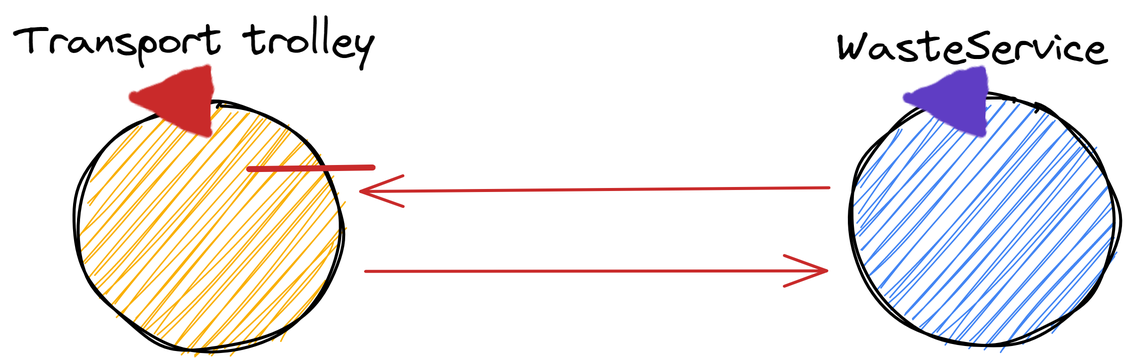
The Excalidraw diagram images/Transport_trolley.png in GrikFreak/issTemaFinale22, before a commit. Source tidied: one line per element, renumbered; positions are measured from the earlier drawing's top-left corner, leaving out a move shared by most shapes.
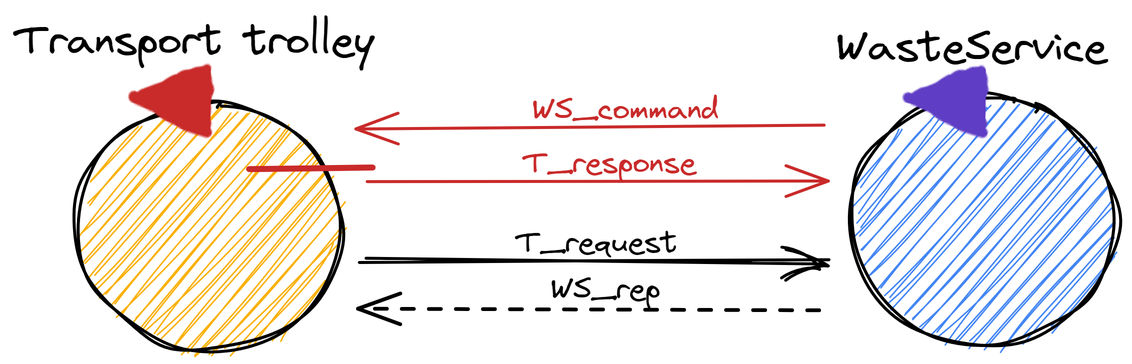
Above is the later version.

Change to the diagram source:
```diff
@@ -1,8 +1,8 @@
 {"id": 0, "type": "ellipse", "strokeColor": "#000000", "backgroundColor": "#fab005", "fillStyle": "hachure", "strokeWidth": 2, "roughness": 2, "x": 40, "y": 59, "width": 178, "height": 164}
 {"id": 1, "type": "ellipse", "strokeColor": "#000000", "backgroundColor": "#4285f4", "fillStyle": "hachure", "strokeWidth": 2, "roughness": 2, "x": 556, "y": 54, "width": 178, "height": 164}
 {"id": 2, "type": "text", "text": "WasteService", "strokeColor": "#000000", "strokeWidth": 4, "roughness": 1, "fontSize": 28, "fontFamily": 1, "x": 547, "y": 4, "width": 181, "height": 35}
-{"id": 3, "type": "arrow", "strokeColor": "#c92a2a", "angle": 3.13, "strokeWidth": 2, "roughness": 0, "endArrowhead": "arrow", "from": 1, "to": 0, "x": 230, "y": 116, "width": 312, "height": 0, "points": [[0, 0], [312, 0]]}
+{"id": 3, "type": "arrow", "strokeColor": "#c92a2a", "angle": 3.13, "strokeWidth": 2, "roughness": 0, "endArrowhead": "arrow", "to": 0, "x": 227, "y": 75, "width": 312, "height": 0, "points": [[0, 0], [312, 0]]}
-{"id": 4, "type": "arrow", "strokeColor": "#c92a2a", "angle": 3.15, "strokeWidth": 2, "roughness": 0, "endArrowhead": "arrow", "from": 0, "to": 1, "x": 541, "y": 169, "width": 307, "height": 3, "points": [[0, 0], [-307, 3]]}
+{"id": 4, "type": "arrow", "strokeColor": "#c92a2a", "angle": 3.15, "strokeWidth": 2, "roughness": 0, "endArrowhead": "arrow", "from": 0, "to": 1, "x": 542, "y": 109, "width": 307, "height": 3, "points": [[0, 0], [-307, 3]]}
 {"id": 5, "type": "freedraw", "strokeColor": "#c92a2a", "angle": 0.3, "strokeWidth": 1, "roughness": 0, "x": 147, "y": 29, "width": 42, "height": 33, "points": [[-23, 0], [-24, 1], [-24, 1], [-25, 2], [-26, 3], [-27, 4], [-30, 6], [-31, 6], [-33, 7], [-35, 8], [-36, 10], [-39, 13], [-40, 13], [-41, 14], [-43, 16], [-45, 17], [-46, 18], [-46, 19], [-46, 20], [-47, 20], [-48, 20], [-48, 21], [-48, 21], [-48, 21], [-49, 21], [-50, 22], [-51, 23], [-51, 23], [-51, 23], [-52, 23], [-52, 24], [-53, 25], [-54, 26], [-55, 27], [-56, 28], [-58, 29], [-58, 30], [-60, 30], [-60, 30], [-61, 31], [-62, 31], [-63, 32], [-64, 32], [-65, 32], [-65, 33], [-64, 33], [-64, 33]]}
 {"id": 6, "type": "freedraw", "strokeColor": "#c92a2a", "angle": 0.3, "strokeWidth": 1, "roughness": 0, "x": 77, "y": 64, "width": 54, "height": 7, "points": [[0, 0], [1, 0], [4, 1], [6, 1], [8, 1], [11, 1], [13, 1], [15, 1], [16, 2], [18, 2], [20, 3], [21, 4], [23, 4], [24, 4], [26, 4], [29, 5], [33, 6], [36, 6], [39, 7], [40, 7], [43, 7], [45, 7], [47, 7], [49, 7], [50, 7], [52, 7], [53, 7], [54, 7]]}
 {"id": 7, "type": "line", "strokeColor": "#c92a2a", "angle": 0.36, "strokeWidth": 4, "roughness": 0, "x": 121, "y": 38, "width": 14, "height": 39, "points": [[0, 0], [14, 39], [0, 0]]}
@@ -25,8 +25,8 @@
 {"id": 24, "type": "freedraw", "strokeColor": "#c92a2a", "angle": 0.3, "strokeWidth": 2, "roughness": 0, "x": 113, "y": 67, "width": 0, "height": 0, "points": [[0, 0], [0, 0]]}
 {"id": 25, "type": "freedraw", "strokeColor": "#c92a2a", "angle": 0.3, "strokeWidth": 2, "roughness": 0, "x": 114, "y": 72, "width": 0, "height": 0, "points": [[0, 0], [0, 0]]}
 {"id": 26, "type": "freedraw", "strokeColor": "#c92a2a", "angle": 0.3, "strokeWidth": 2, "roughness": 0, "x": 111, "y": 68, "width": 0, "height": 0, "points": [[0, 0], [0, 0]]}
-{"id": 27, "type": "freedraw", "strokeColor": "#c92a2a", "angle": 0.3, "strokeWidth": 2, "roughness": 0, "x": 101, "y": 54, "width": 0, "height": 0, "points": [[0, 0], [0, 0]]}
+{"id": 27, "type": "freedraw", "strokeColor": "#c92a2a", "angle": 0.3, "strokeWidth": 2, "roughness": 0, "x": 101, "y": 55, "width": 0, "height": 0, "points": [[0, 0], [0, 0]]}
-{"id": 28, "type": "freedraw", "strokeColor": "#c92a2a", "angle": 0.3, "strokeWidth": 2, "roughness": 0, "x": 101, "y": 54, "width": 0, "height": 0, "points": [[0, 0], [0, 0]]}
+{"id": 28, "type": "freedraw", "strokeColor": "#c92a2a", "angle": 0.3, "strokeWidth": 2, "roughness": 0, "x": 101, "y": 55, "width": 0, "height": 0, "points": [[0, 0], [0, 0]]}
 {"id": 29, "type": "freedraw", "strokeColor": "#c92a2a", "angle": 0.3, "strokeWidth": 2, "roughness": 0, "x": 102, "y": 52, "width": 0, "height": 0, "points": [[0, 0], [0, 0]]}
 {"id": 30, "type": "freedraw", "strokeColor": "#c92a2a", "angle": 0.3, "strokeWidth": 2, "roughness": 0, "x": 102, "y": 52, "width": 0, "height": 0, "points": [[0, 0], [0, 0]]}
 {"id": 31, "type": "freedraw", "strokeColor": "#c92a2a", "angle": 0.3, "strokeWidth": 2, "roughness": 0, "x": 97, "y": 53, "width": 0, "height": 0, "points": [[0, 0], [0, 0]]}
@@ -67,3 +67,9 @@
 {"id": 66, "type": "freedraw", "strokeColor": "#5f3dc4", "angle": 0.3, "strokeWidth": 2, "roughness": 0, "x": 603, "y": 56, "width": 0, "height": 0, "points": [[0, 0], [0, 0]]}
 {"id": 67, "type": "freedraw", "strokeColor": "#5f3dc4", "angle": 0.3, "strokeWidth": 2, "roughness": 0, "x": 621, "y": 47, "width": 0, "height": 0, "points": [[0, 0], [0, 0]]}
 {"id": 68, "type": "freedraw", "strokeColor": "#5f3dc4", "angle": 0.3, "strokeWidth": 2, "roughness": 0, "x": 629, "y": 47, "width": 34, "height": 18, "points": [[-8, 0], [-8, 0], [-11, 5], [-13, 7], [-14, 8], [-16, 10], [-18, 12], [-19, 13], [-21, 14], [-19, 14], [-13, 12], [-11, 10], [-8, 10], [-5, 10], [-1, 9], [3, 9], [6, 9], [7, 12], [9, 13], [10, 16], [6, 17], [4, 17], [1, 17], [6, 14], [10, 8], [11, 3], [12, 0]]}
+{"id": 69, "type": "text", "text": "T_response", "strokeColor": "#c92a2a", "strokeWidth": 1, "strokeStyle": "dashed", "roughness": 0, "fontSize": 20, "fontFamily": 1, "x": 339, "y": 87, "width": 116, "height": 25}
+{"id": 70, "type": "text", "text": "WS_command", "strokeColor": "#c92a2a", "strokeWidth": 1, "strokeStyle": "dashed", "roughness": 0, "fontSize": 20, "fontFamily": 1, "x": 345, "y": 51, "width": 125, "height": 25}
+{"id": 71, "type": "arrow", "strokeColor": "#000000", "angle": 6.28, "strokeWidth": 2, "roughness": 2, "endArrowhead": "arrow", "from": 0, "to": 1, "x": 231, "y": 165, "width": 312, "height": 0, "points": [[0, 0], [312, 0]]}
+{"id": 72, "type": "arrow", "strokeColor": "#000000", "angle": 6.3, "strokeWidth": 2, "strokeStyle": "dashed", "roughness": 0, "endArrowhead": "arrow", "to": 0, "x": 536, "y": 195, "width": 307, "height": 3, "points": [[0, 0], [-307, 3]]}
+{"id": 73, "type": "text", "text": "T_request", "strokeColor": "#000000", "strokeWidth": 1, "strokeStyle": "dashed", "roughness": 0, "fontSize": 20, "fontFamily": 1, "x": 334, "y": 139, "width": 109, "height": 25}
+{"id": 74, "type": "text", "text": "WS_rep", "strokeColor": "#000000", "strokeWidth": 1, "strokeStyle": "dashed", "roughness": 0, "fontSize": 20, "fontFamily": 1, "x": 357, "y": 170, "width": 74, "height": 25}
```
